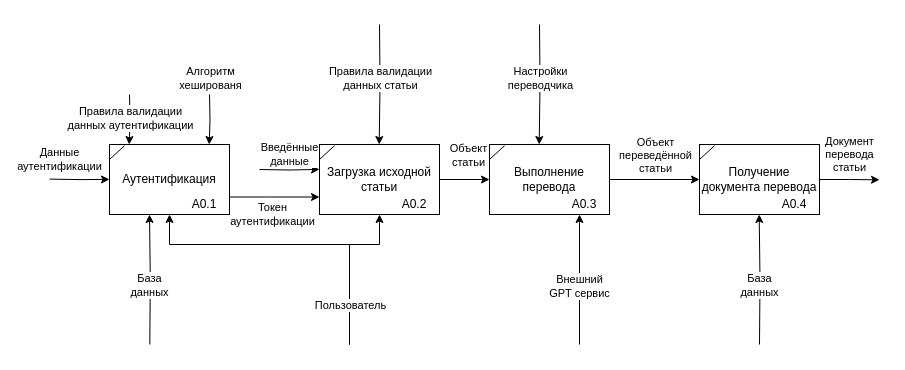
Before: ISD/labs/3/idef0.drawio in XoJIoDuJIHuK/7-term, a draw.io diagram. Source tidied: cells renumbered, new cells numbered last; positions are measured from the earlier drawing's top-left corner, leaving out a move shared by most shapes. Both pictures are drawn from the tidied source at 100%, with x=0, y=0 at pixel (49, 24).
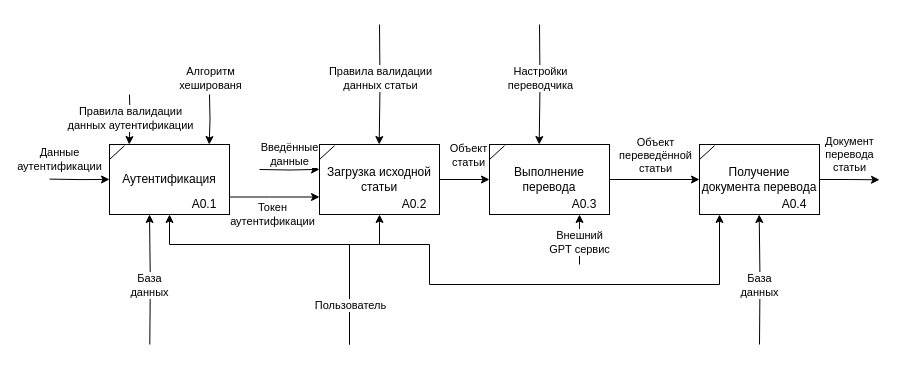
The same page after the edit.

Change to the diagram source:
```diff
@@
     <mxCell id="11" style="edgeStyle=orthogonalEdgeStyle;rounded=0;orthogonalLoop=1;jettySize=auto;html=1;" parent="1" edge="1">
       <mxGeometry relative="1" as="geometry">
-        <mxPoint x="530" y="320" as="sourcePoint" />
+        <mxPoint x="530" y="240" as="sourcePoint" />
         <mxPoint x="530" y="190" as="targetPoint" />
       </mxGeometry>
     </mxCell>
@@
+    <mxCell id="43" style="edgeStyle=orthogonalEdgeStyle;rounded=0;orthogonalLoop=1;jettySize=auto;html=1;" parent="1" edge="1">
+      <mxGeometry relative="1" as="geometry">
+        <mxPoint x="300" y="220" as="sourcePoint" />
+        <mxPoint x="670" y="190" as="targetPoint" />
+        <Array as="points">
+          <mxPoint x="380" y="220" />
+          <mxPoint x="380" y="260" />
+          <mxPoint x="670" y="260" />
+          <mxPoint x="670" y="190" />
+        </Array>
+      </mxGeometry>
+    </mxCell>
```
